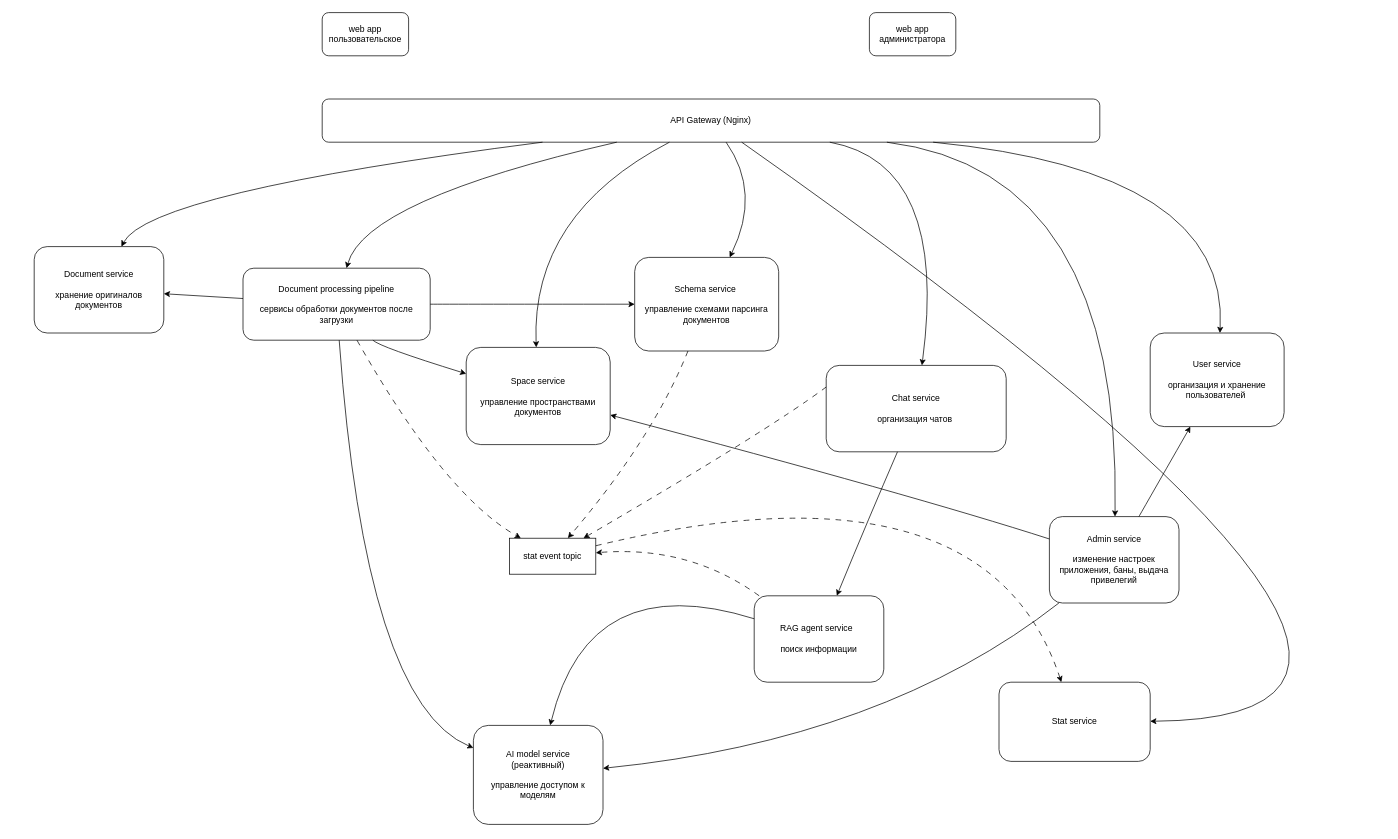
This is page "backend" (3 of 4) of docs/diagrams/neorag-c4.drawio from 48-iq/neorag, a draw.io file, before an edit. Source tidied: cells renumbered, new cells numbered last; positions are measured from the earlier drawing's top-left corner, leaving out a move shared by most shapes. Both pictures are drawn from the tidied source at 72%, with x=0, y=0 at pixel (34, 12).
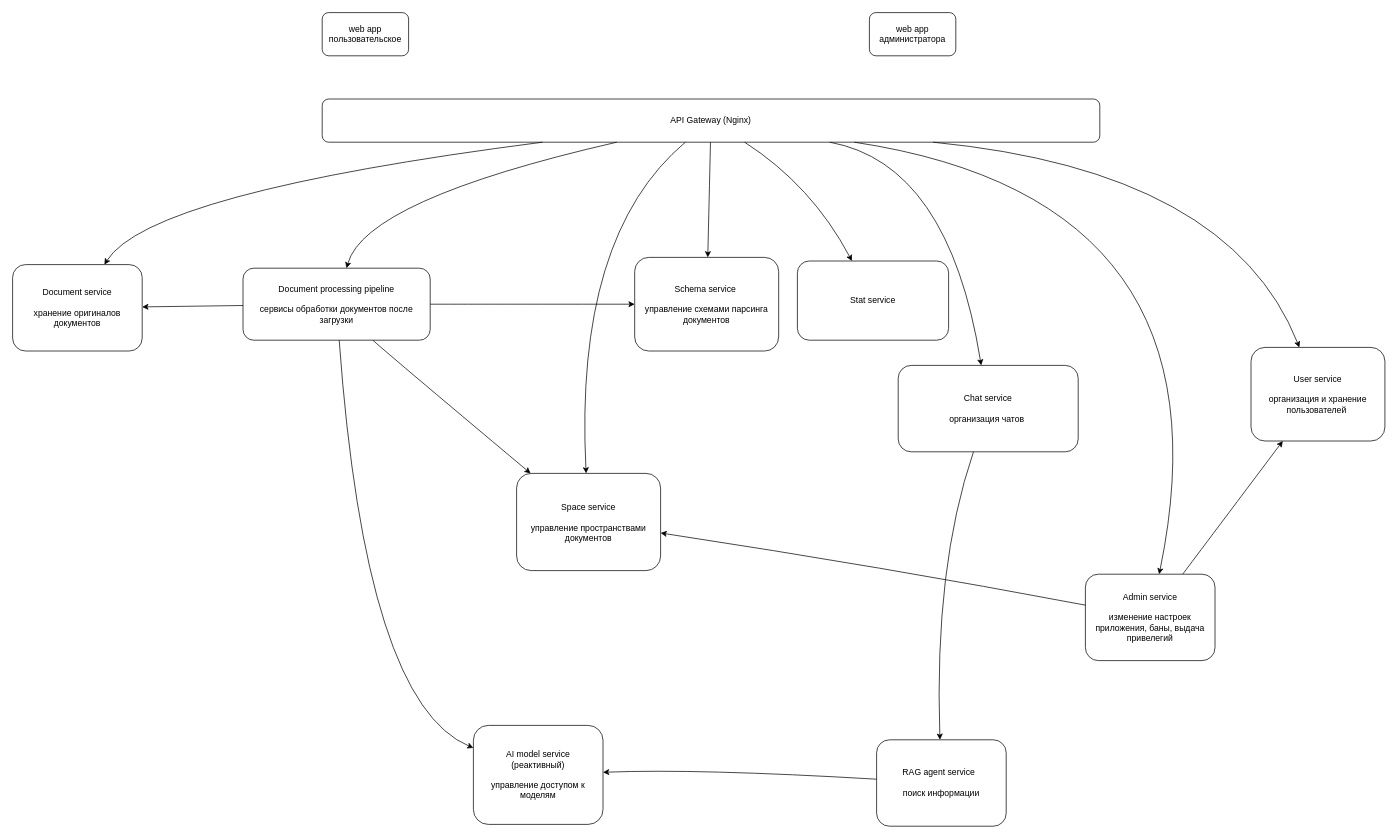
Above is the later version.

Unchanged cells that the change refers to:
```xml
<mxCell id="4" value="API Gateway (Nginx)" style="rounded=1;whiteSpace=wrap;html=1;" parent="1" vertex="1">
  <mxGeometry x="400" y="120" width="1080" height="60" as="geometry" />
</mxCell>
<mxCell id="8" value="Schema service&amp;nbsp;&lt;div&gt;&lt;br&gt;управление схемами парсинга документов&lt;/div&gt;" style="rounded=1;whiteSpace=wrap;html=1;" parent="1" vertex="1">
  <mxGeometry x="834" y="340" width="200" height="130" as="geometry" />
</mxCell>
<mxCell id="10" value="AI model service&lt;div&gt;(реактивный)&lt;br&gt;&lt;div&gt;&lt;br&gt;&lt;/div&gt;&lt;div&gt;управление доступом к моделям&lt;/div&gt;&lt;/div&gt;" style="rounded=1;whiteSpace=wrap;html=1;" parent="1" vertex="1">
  <mxGeometry x="610" y="990" width="180" height="137.5" as="geometry" />
</mxCell>
<mxCell id="13" value="Document processing pipeline&lt;div&gt;&lt;br&gt;&lt;/div&gt;&lt;div&gt;сервисы обработки документов после загрузки&lt;/div&gt;" style="rounded=1;whiteSpace=wrap;html=1;" parent="1" vertex="1">
  <mxGeometry x="290" y="355" width="260" height="100" as="geometry" />
</mxCell>
```

The edit, as a diff of the source:
```diff
@@
     <mxCell id="5" value="Admin service&lt;br&gt;&lt;br&gt;&lt;div&gt;изменение настроек приложения, баны, выдача привелегий&lt;/div&gt;" style="rounded=1;whiteSpace=wrap;html=1;" parent="1" vertex="1">
-      <mxGeometry x="1410" y="700" width="180" height="120" as="geometry" />
+      <mxGeometry x="1460" y="780" width="180" height="120" as="geometry" />
     </mxCell>
     <mxCell id="6" value="User service&lt;br&gt;&lt;br&gt;&lt;div&gt;организация и хранение пользователей&amp;nbsp;&lt;/div&gt;" style="rounded=1;whiteSpace=wrap;html=1;" parent="1" vertex="1">
-      <mxGeometry x="1550" y="445" width="186" height="130" as="geometry" />
+      <mxGeometry x="1690" y="465" width="186" height="130" as="geometry" />
     </mxCell>
     <mxCell id="7" value="Space service&lt;br&gt;&lt;br&gt;&lt;div&gt;управление пространствами документов&lt;/div&gt;" style="rounded=1;whiteSpace=wrap;html=1;" parent="1" vertex="1">
-      <mxGeometry x="600" y="465" width="200" height="135" as="geometry" />
+      <mxGeometry x="670" y="640" width="200" height="135" as="geometry" />
     </mxCell>
@@
     <mxCell id="9" value="Document service&lt;div&gt;&lt;br&gt;&lt;/div&gt;&lt;div&gt;хранение оригиналов документов&lt;/div&gt;" style="rounded=1;whiteSpace=wrap;html=1;" parent="1" vertex="1">
-      <mxGeometry y="325" width="180" height="120" as="geometry" />
+      <mxGeometry x="-30" y="350" width="180" height="120" as="geometry" />
     </mxCell>
@@
     <mxCell id="11" value="Chat service&lt;div&gt;&lt;br&gt;&lt;/div&gt;&lt;div&gt;организация чатов&amp;nbsp;&lt;/div&gt;" style="rounded=1;whiteSpace=wrap;html=1;" parent="1" vertex="1">
-      <mxGeometry x="1100" y="490" width="250" height="120" as="geometry" />
+      <mxGeometry x="1200" y="490" width="250" height="120" as="geometry" />
     </mxCell>
     <mxCell id="12" value="RAG agent service&amp;nbsp;&amp;nbsp;&lt;div&gt;&lt;br&gt;&lt;/div&gt;&lt;div&gt;поиск информации&lt;/div&gt;" style="rounded=1;whiteSpace=wrap;html=1;" parent="1" vertex="1">
-      <mxGeometry x="1000" y="810" width="180" height="120" as="geometry" />
+      <mxGeometry x="1170" y="1010" width="180" height="120" as="geometry" />
     </mxCell>
@@
     <mxCell id="18" style="curved=1;endArrow=classic;html=1;rounded=0;" parent="1" edge="1" source="4" target="8">
-      <mxGeometry relative="1" as="geometry">
-        <Array as="points">
-          <mxPoint x="1010" y="250" />
-        </Array>
-      </mxGeometry>
+      <mxGeometry relative="1" as="geometry" />
     </mxCell>
     <mxCell id="19" style="curved=1;endArrow=classic;html=1;rounded=0;" parent="1" edge="1" source="4" target="7">
       <mxGeometry relative="1" as="geometry">
         <Array as="points">
-          <mxPoint x="690" y="280" />
+          <mxPoint x="750" y="310" />
         </Array>
       </mxGeometry>
     </mxCell>
@@
     <mxCell id="22" style="curved=1;endArrow=classic;html=1;rounded=0;" parent="1" edge="1" source="11" target="12">
       <mxGeometry relative="1" as="geometry">
         <Array as="points">
-          <mxPoint x="1160" y="700" />
+          <mxPoint x="1250" y="770" />
         </Array>
       </mxGeometry>
     </mxCell>
     <mxCell id="23" style="curved=1;endArrow=classic;html=1;rounded=0;" parent="1" edge="1" source="12" target="10">
       <mxGeometry relative="1" as="geometry">
         <Array as="points">
-          <mxPoint x="770" y="770" />
+          <mxPoint x="920" y="1050" />
         </Array>
       </mxGeometry>
     </mxCell>
@@
     <mxCell id="25" style="curved=1;endArrow=classic;html=1;rounded=0;" parent="1" edge="1" source="4" target="5">
       <mxGeometry relative="1" as="geometry">
         <Array as="points">
-          <mxPoint x="1510" y="220" />
+          <mxPoint x="1670" y="260" />
         </Array>
       </mxGeometry>
     </mxCell>
@@
-    <mxCell id="28" style="curved=1;endArrow=classic;html=1;rounded=0;" parent="1" edge="1" source="5" target="10">
-      <mxGeometry relative="1" as="geometry">
-        <Array as="points">
-          <mxPoint x="1180" y="1010" />
-        </Array>
-      </mxGeometry>
-    </mxCell>
     <mxCell id="29" style="curved=1;endArrow=classic;html=1;rounded=0;" parent="1" edge="1" source="5" target="7">
       <mxGeometry relative="1" as="geometry">
         <Array as="points">
-          <mxPoint x="1220" y="670" />
+          <mxPoint x="1180" y="770" />
         </Array>
       </mxGeometry>
     </mxCell>
+    <mxCell id="37" style="curved=1;endArrow=classic;html=1;rounded=0;" parent="1" edge="1" source="4" target="30">
+      <mxGeometry relative="1" as="geometry">
+        <Array as="points">
+          <mxPoint x="1080" y="240" />
+        </Array>
+      </mxGeometry>
+    </mxCell>
     <mxCell id="30" value="Stat service" style="rounded=1;whiteSpace=wrap;html=1;" parent="1" vertex="1">
-      <mxGeometry x="1340" y="930" width="210" height="110" as="geometry" />
+      <mxGeometry x="1060" y="345" width="210" height="110" as="geometry" />
     </mxCell>
-    <mxCell id="31" value="stat event topic" style="rounded=0;whiteSpace=wrap;html=1;" parent="1" vertex="1">
-      <mxGeometry x="660" y="730" width="120" height="50" as="geometry" />
-    </mxCell>
-    <mxCell id="32" style="curved=1;endArrow=classic;html=1;rounded=0;dashed=1;dashPattern=8 8;" parent="1" edge="1" source="12" target="31">
-      <mxGeometry relative="1" as="geometry">
-        <Array as="points">
-          <mxPoint x="910" y="740" />
-        </Array>
-      </mxGeometry>
-    </mxCell>
-    <mxCell id="33" style="curved=1;endArrow=classic;html=1;rounded=0;dashed=1;dashPattern=8 8;" parent="1" edge="1" source="13" target="31">
-      <mxGeometry relative="1" as="geometry">
-        <Array as="points">
-          <mxPoint x="570" y="670" />
-        </Array>
-      </mxGeometry>
-    </mxCell>
-    <mxCell id="34" style="curved=1;endArrow=classic;html=1;rounded=0;dashed=1;dashPattern=8 8;" parent="1" edge="1" source="8" target="31">
-      <mxGeometry relative="1" as="geometry">
-        <Array as="points">
-          <mxPoint x="860" y="590" />
-        </Array>
-      </mxGeometry>
-    </mxCell>
-    <mxCell id="35" style="curved=1;endArrow=classic;html=1;rounded=0;dashed=1;dashPattern=8 8;" parent="1" edge="1" source="11" target="31">
-      <mxGeometry relative="1" as="geometry">
-        <Array as="points">
-          <mxPoint x="1100" y="520" />
-          <mxPoint x="1020" y="580" />
-        </Array>
-      </mxGeometry>
-    </mxCell>
-    <mxCell id="36" style="curved=1;endArrow=classic;html=1;rounded=0;dashed=1;dashPattern=8 8;" parent="1" edge="1" source="31" target="30">
-      <mxGeometry relative="1" as="geometry">
-        <Array as="points">
-          <mxPoint x="1320" y="610" />
-        </Array>
-      </mxGeometry>
-    </mxCell>
-    <mxCell id="37" style="curved=1;endArrow=classic;html=1;rounded=0;" parent="1" edge="1" source="4" target="30">
-      <mxGeometry relative="1" as="geometry">
-        <Array as="points">
-          <mxPoint x="2120" y="980" />
-        </Array>
-      </mxGeometry>
-    </mxCell>
```
